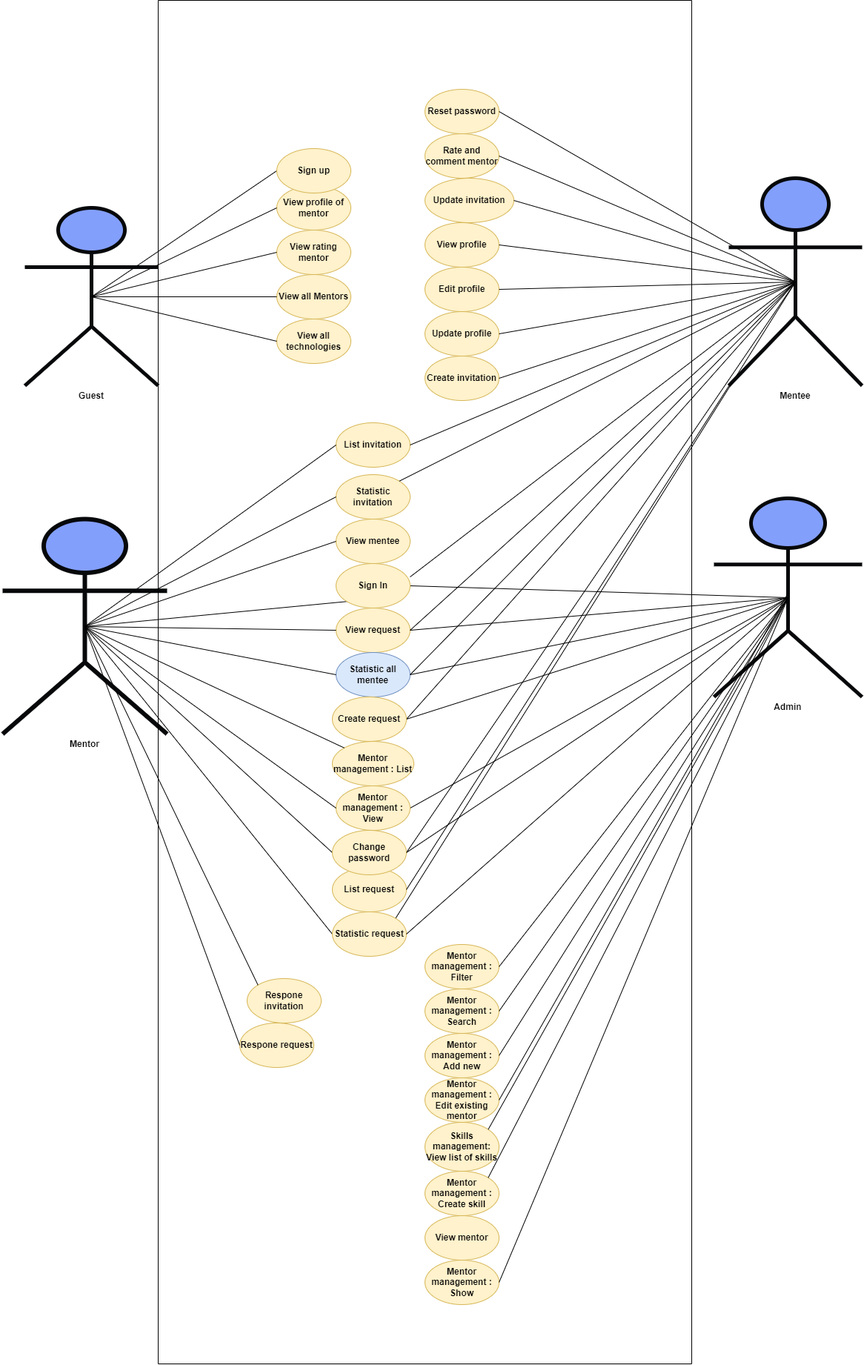
Earlier version of the draw.io export UML.drawio.png (dungdt23/SWP391_Document). Source tidied: cells renumbered, new cells last; positions are measured from the earlier drawing's top-left corner, leaving out a move shared by most shapes.
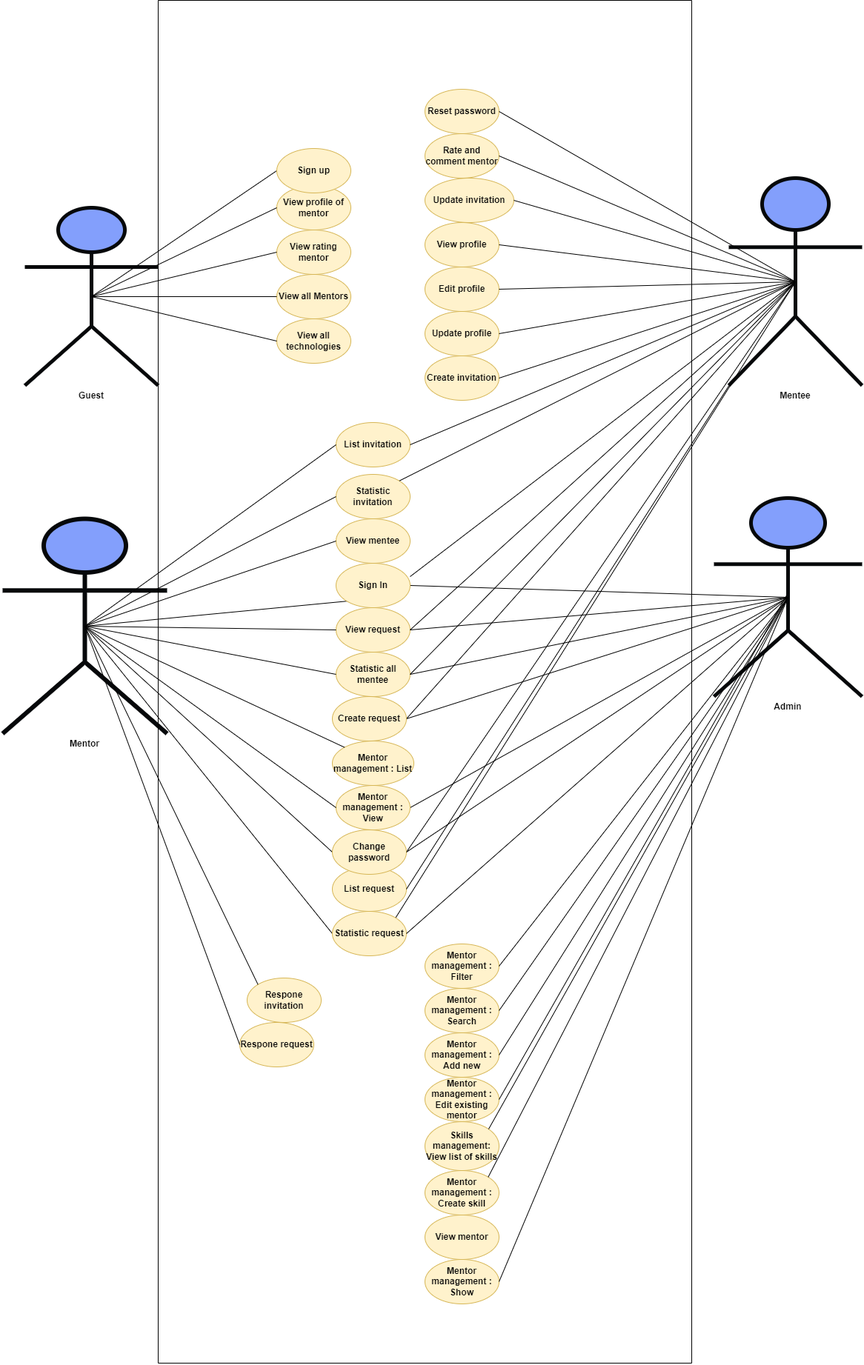
The same file after the commit.

Diff of the diagram source:
```diff
@@ -193,7 +193,7 @@
     <mxCell id="64" style="endArrow=none;html=1;rounded=0;exitX=0.5;exitY=0.5;exitDx=0;exitDy=0;entryX=0;entryY=0.5;entryDx=0;entryDy=0;exitPerimeter=0;" parent="1" edge="1" source="37" target="63">
       <mxGeometry relative="1" as="geometry" />
     </mxCell>
-    <mxCell id="65" value="Statistic all mentee" style="ellipse;whiteSpace=wrap;html=1;fillColor=#dae8fc;strokeColor=#6c8ebf;fontStyle=1;" parent="1" vertex="1">
+    <mxCell id="65" value="Statistic all mentee" style="ellipse;whiteSpace=wrap;html=1;fillColor=#fff2cc;strokeColor=#d6b656;fontStyle=1;" parent="1" vertex="1">
       <mxGeometry x="450" y="880" width="100" height="60" as="geometry" />
     </mxCell>
     <mxCell id="66" style="endArrow=none;html=1;rounded=0;exitX=0.5;exitY=0.5;exitDx=0;exitDy=0;entryX=0;entryY=0.5;entryDx=0;entryDy=0;exitPerimeter=0;" parent="1" edge="1" source="37" target="65">
```
